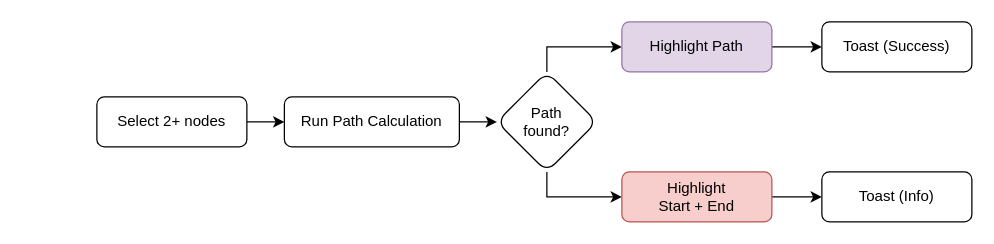
Before: thesis/thesis/assets/03/high-level-path-calculation.drawio in bowl-of-rais/ma-thesis, a draw.io diagram. Source tidied: cells renumbered, new cells numbered last; positions are measured from the earlier drawing's top-left corner, leaving out a move shared by most shapes. Both pictures are drawn from the tidied source at 125%, with x=0, y=0 at pixel (96, 21).
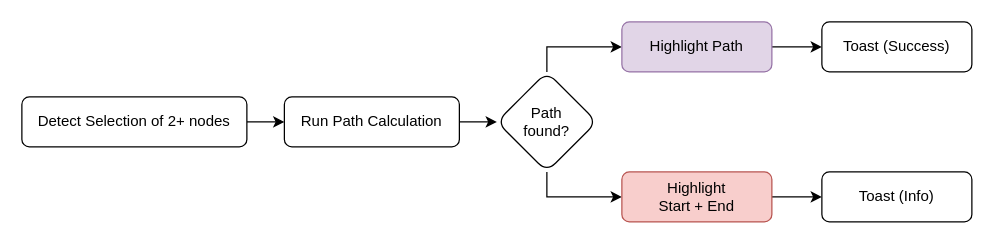
The same page after the edit.

The edit, as a diff of the source:
```diff
@@
 <mxGraphModel>
   <root>
     <mxCell id="0" />
     <mxCell id="1" parent="0" />
     <mxCell id="2" style="edgeStyle=orthogonalEdgeStyle;rounded=0;jettySize=auto;html=1;" parent="1" edge="1" source="3" target="5">
       <mxGeometry relative="1" as="geometry" />
     </mxCell>
-    <mxCell id="3" value="Select 2+ nodes" style="rounded=1;whiteSpace=wrap;html=1;fontSize=12;glass=0;strokeWidth=1;shadow=0;" parent="1" vertex="1">
-      <mxGeometry y="60" width="120" height="40" as="geometry" />
+    <mxCell id="3" value="Detect Selection of 2+ nodes" style="rounded=1;whiteSpace=wrap;html=1;fontSize=12;glass=0;strokeWidth=1;shadow=0;" parent="1" vertex="1">
+      <mxGeometry x="-60" y="60" width="180" height="40" as="geometry" />
     </mxCell>
     <mxCell id="4" style="edgeStyle=orthogonalEdgeStyle;rounded=0;jettySize=auto;html=1;" parent="1" edge="1" source="5" target="8">
       <mxGeometry relative="1" as="geometry" />
     </mxCell>
     <mxCell id="5" value="Run Path Calculation" style="rounded=1;whiteSpace=wrap;html=1;fontSize=12;glass=0;strokeWidth=1;shadow=0;" parent="1" vertex="1">
       <mxGeometry x="150" y="60" width="140" height="40" as="geometry" />
     </mxCell>
     <mxCell id="6" style="edgeStyle=orthogonalEdgeStyle;rounded=0;jettySize=auto;html=1;exitX=0.5;exitY=0;exitDx=0;exitDy=0;" parent="1" edge="1" source="8" target="10">
       <mxGeometry relative="1" as="geometry" />
     </mxCell>
     <mxCell id="7" style="edgeStyle=orthogonalEdgeStyle;rounded=0;jettySize=auto;html=1;exitX=0.5;exitY=1;exitDx=0;exitDy=0;" parent="1" edge="1" source="8" target="12">
       <mxGeometry relative="1" as="geometry" />
     </mxCell>
     <mxCell id="8" value="Path&lt;div&gt;found?&lt;/div&gt;" style="rhombus;whiteSpace=wrap;html=1;rounded=1;glass=0;strokeWidth=1;shadow=0;" parent="1" vertex="1">
       <mxGeometry x="320" y="40" width="80" height="80" as="geometry" />
     </mxCell>
     <mxCell id="9" style="edgeStyle=orthogonalEdgeStyle;rounded=0;jettySize=auto;html=1;" parent="1" edge="1" source="10" target="13">
       <mxGeometry relative="1" as="geometry" />
     </mxCell>
     <mxCell id="10" value="Highlight Path" style="whiteSpace=wrap;html=1;rounded=1;glass=0;strokeWidth=1;shadow=0;fillColor=#e1d5e7;strokeColor=#9673a6;" parent="1" vertex="1">
       <mxGeometry x="420" width="120" height="40" as="geometry" />
     </mxCell>
     <mxCell id="11" style="edgeStyle=orthogonalEdgeStyle;rounded=0;jettySize=auto;html=1;" parent="1" edge="1" source="12" target="14">
       <mxGeometry relative="1" as="geometry" />
     </mxCell>
     <mxCell id="12" value="Highlight&lt;div&gt;Start + End&lt;/div&gt;" style="whiteSpace=wrap;html=1;rounded=1;glass=0;strokeWidth=1;shadow=0;fillColor=#f8cecc;strokeColor=#b85450;" parent="1" vertex="1">
       <mxGeometry x="420" y="120" width="120" height="40" as="geometry" />
     </mxCell>
     <mxCell id="13" value="Toast (Success)" style="whiteSpace=wrap;html=1;rounded=1;glass=0;strokeWidth=1;shadow=0;" parent="1" vertex="1">
       <mxGeometry x="580" width="120" height="40" as="geometry" />
     </mxCell>
     <mxCell id="14" value="Toast (Info)" style="whiteSpace=wrap;html=1;rounded=1;glass=0;strokeWidth=1;shadow=0;" parent="1" vertex="1">
       <mxGeometry x="580" y="120" width="120" height="40" as="geometry" />
     </mxCell>
   </root>
 </mxGraphModel>
```
